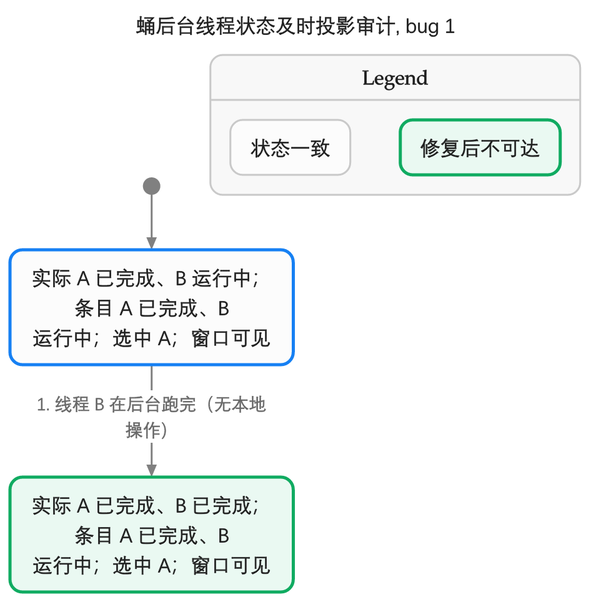
Before: docs/形式化证明/蛹与舵机状态一致性验证/native-status-poll/bug-1.png, a diagram exported from Mermaid (ylsdamxssjxxdd/wunder). Its source is kept beside it as docs/形式化证明/蛹与舵机状态一致性验证/native-status-poll/bug-1.mmd. The source it was exported from:
```mermaid
---
title: "蛹后台线程状态及时投影审计, bug 1"
config:
  markdownAutoWrap: false
  state:
    useMaxWidth: false
---
stateDiagram-v2
  classDef works fill:#f4f6f7,stroke:#566573,color:#1b2631
  classDef wrong fill:#fdedec,stroke:#c0392b,color:#7b241c
  classDef fixed fill:#e9f7ef,stroke:#1e8449,color:#145a32
  classDef mixed fill:#fdebd0,stroke:#d35400,color:#7e5109
  classDef after fill:#ffffff,stroke:#808b96,color:#566573
  classDef worse fill:#f4ecf7,stroke:#7d3c98,color:#4a235a
  classDef worksPath fill:#f4f6f7,stroke:#1f3a93,stroke-width:4px,color:#1b2631
  classDef wrongPath fill:#fdedec,stroke:#1f3a93,stroke-width:4px,color:#7b241c
  classDef fixedPath fill:#e9f7ef,stroke:#1f3a93,stroke-width:4px,color:#145a32
  classDef mixedPath fill:#fdebd0,stroke:#1f3a93,stroke-width:4px,color:#7e5109
  classDef afterPath fill:#ffffff,stroke:#1f3a93,stroke-width:4px,color:#566573
  classDef worsePath fill:#f4ecf7,stroke:#1f3a93,stroke-width:4px,color:#4a235a
  state "Legend" as legend {
    state "状态一致" as legendWorks
    state "修复后不可达" as legendFixed
  }
  class legendWorks works
  class legendFixed fixed
  state "实际 A 已完成、B 已完成；条目 A 已完成、B<br/>运行中；选中 A；窗口可见" as s0
  state "实际 A 已完成、B 运行中；条目 A 已完成、B<br/>运行中；选中 A；窗口可见" as s1
  [*] --> s1
  s1 --> s0 : 1. 线程 B 在后台跑完（无本地操作）
  class s0 fixedPath
  class s1 worksPath
```
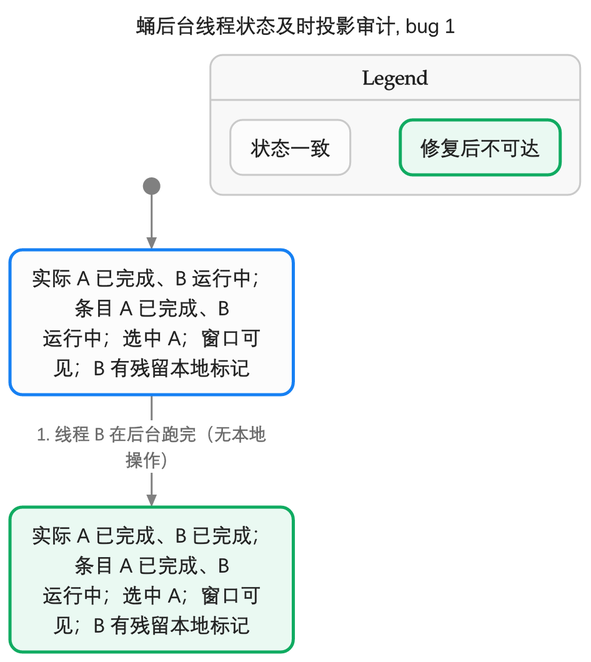
Later version of the same file.

Diff of the diagram source:
```diff
@@ -24,8 +24,8 @@
   }
   class legendWorks works
   class legendFixed fixed
-  state "实际 A 已完成、B 已完成；条目 A 已完成、B<br/>运行中；选中 A；窗口可见" as s0
-  state "实际 A 已完成、B 运行中；条目 A 已完成、B<br/>运行中；选中 A；窗口可见" as s1
+  state "实际 A 已完成、B 已完成；条目 A 已完成、B<br/>运行中；选中 A；窗口可见；B 有残留本地标记" as s0
+  state "实际 A 已完成、B 运行中；条目 A 已完成、B<br/>运行中；选中 A；窗口可见；B 有残留本地标记" as s1
   [*] --> s1
   s1 --> s0 : 1. 线程 B 在后台跑完（无本地操作）
   class s0 fixedPath
```
